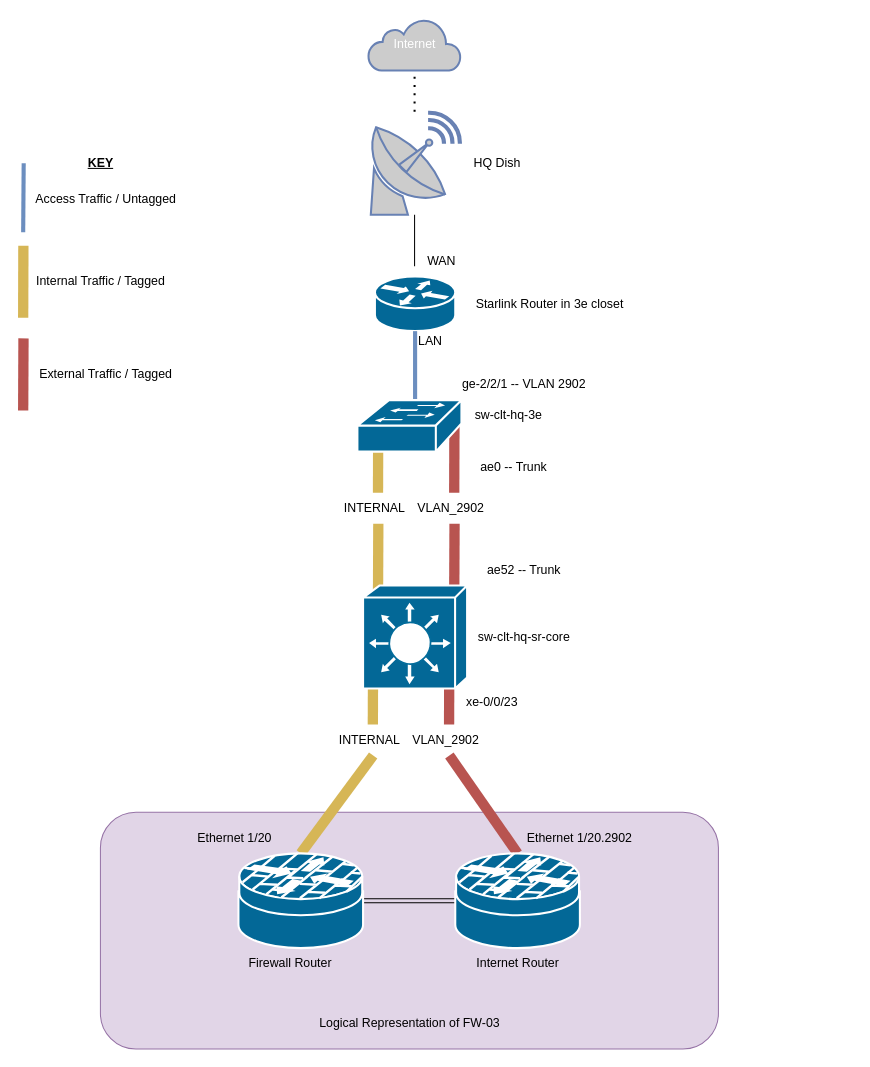
Before: L2/L3 Starlink Diagram.drawio in adamrt918/Diagram, a draw.io diagram. Source tidied: cells renumbered, new cells numbered last; positions are measured from the earlier drawing's top-left corner, leaving out a move shared by most shapes. Both pictures are drawn from the tidied source at 103%, with x=0, y=0 at pixel (23, 19).
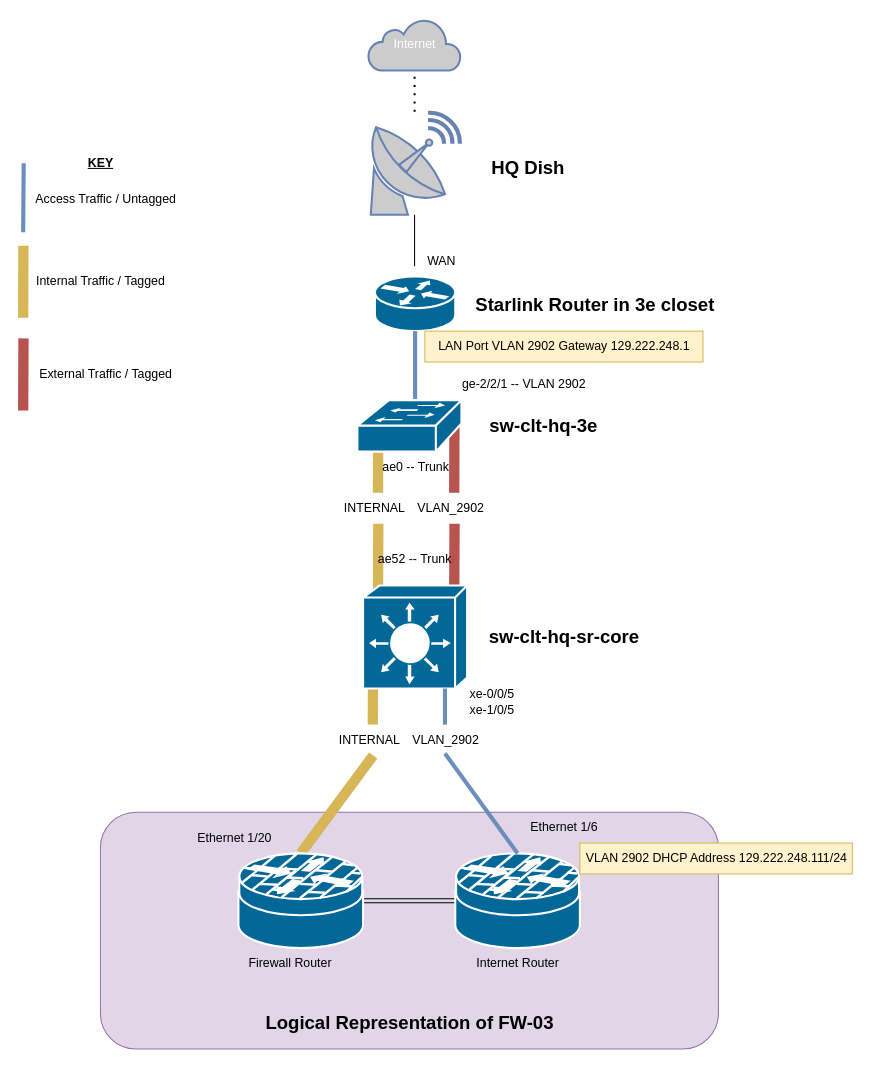
The same page after the edit.

The change refers to these unchanged cells:
```xml
<mxCell id="8" value="VLAN_2902" style="text;html=1;align=center;verticalAlign=middle;points=[];strokeColor=none;fillColor=none;" parent="1" vertex="1">
  <mxGeometry x="364.5" y="685" width="90" height="30" as="geometry" />
</mxCell>
<mxCell id="44" style="shape=mxgraph.cisco.security.router_firewall;sketch=0;html=1;dashed=0;fillColor=#036897;strokeColor=#ffffff;strokeWidth=2;verticalLabelPosition=bottom;verticalAlign=top;align=center;outlineConnect=0;" parent="1" vertex="1">
  <mxGeometry x="419.5" y="810" width="121" height="92" as="geometry" />
</mxCell>
```

The edit, as a diff of the source:
```diff
@@
-    <mxCell id="6" style="endArrow=none;html=1;rounded=0;textShadow=0;strokeWidth=10;fillColor=#f8cecc;strokeColor=#b85450;entryDx=0;entryDy=0;entryPerimeter=0;exitX=0.5;exitY=0;exitDx=0;exitDy=0;exitPerimeter=0;" parent="1" edge="1" source="44">
-      <mxGeometry relative="1" as="geometry">
-        <mxPoint x="413.8" y="715" as="targetPoint" />
-      </mxGeometry>
-    </mxCell>
-    <mxCell id="7" style="endArrow=none;html=1;rounded=0;textShadow=0;strokeWidth=10;fillColor=#f8cecc;strokeColor=#b85450;" parent="1" edge="1">
-      <mxGeometry relative="1" as="geometry">
-        <mxPoint x="413.5" y="685" as="sourcePoint" />
-        <mxPoint x="413.7" y="615" as="targetPoint" />
-      </mxGeometry>
-    </mxCell>
@@
-    <mxCell id="15" value="HQ Dish" style="text;html=1;align=center;verticalAlign=middle;strokeColor=none;fillColor=none;" parent="1" vertex="1">
-      <mxGeometry x="425" y="125" width="70" height="30" as="geometry" />
+    <mxCell id="15" value="HQ Dish" style="text;html=1;align=center;verticalAlign=middle;strokeColor=none;fillColor=none;fontStyle=1;fontSize=18;" parent="1" vertex="1">
+      <mxGeometry x="445" y="125" width="90" height="40" as="geometry" />
     </mxCell>
@@
-    <mxCell id="19" value="Starlink Router in 3e closet" style="text;html=1;align=center;verticalAlign=middle;strokeColor=none;fillColor=none;" parent="1" vertex="1">
-      <mxGeometry x="425.5" y="261.5" width="170" height="30" as="geometry" />
+    <mxCell id="19" value="Starlink Router in 3e closet" style="text;html=1;align=center;verticalAlign=middle;strokeColor=none;fillColor=none;fontSize=18;fontStyle=1;" parent="1" vertex="1">
+      <mxGeometry x="435" y="258" width="240" height="40" as="geometry" />
     </mxCell>
@@
-    <mxCell id="21" value="sw-clt-hq-3e" style="text;html=1;align=center;verticalAlign=middle;strokeColor=none;fillColor=none;" parent="1" vertex="1">
-      <mxGeometry x="425.5" y="370" width="90" height="30" as="geometry" />
+    <mxCell id="21" value="sw-clt-hq-3e" style="text;html=1;align=center;verticalAlign=middle;strokeColor=none;fillColor=none;fontFamily=Helvetica;fontSize=18;fontColor=default;fontStyle=1;" parent="1" vertex="1">
+      <mxGeometry x="445" y="375" width="120" height="40" as="geometry" />
     </mxCell>
-    <mxCell id="22" value="LAN" style="text;html=1;align=center;verticalAlign=middle;strokeColor=none;fillColor=none;" parent="1" vertex="1">
-      <mxGeometry x="369.5" y="298" width="50" height="30" as="geometry" />
+    <mxCell id="22" value="LAN Port VLAN 2902 Gateway&amp;nbsp;129.222.248.1" style="text;html=1;align=center;verticalAlign=middle;strokeColor=#d6b656;fillColor=#fff2cc;" parent="1" vertex="1">
+      <mxGeometry x="390" y="303" width="270" height="30" as="geometry" />
     </mxCell>
@@
     <mxCell id="28" value="ae0 -- Trunk" style="text;html=1;align=center;verticalAlign=middle;strokeColor=none;fillColor=none;" parent="1" vertex="1">
-      <mxGeometry x="430.5" y="420" width="90" height="30" as="geometry" />
+      <mxGeometry x="335.5" y="420" width="90" height="30" as="geometry" />
     </mxCell>
-    <mxCell id="29" value="sw-clt-hq-sr-core" style="text;html=1;align=center;verticalAlign=middle;strokeColor=none;fillColor=none;" parent="1" vertex="1">
-      <mxGeometry x="430.5" y="585" width="110" height="30" as="geometry" />
+    <mxCell id="29" value="&lt;font style=&quot;font-size: 18px;&quot;&gt;sw-clt-hq-sr-core&lt;/font&gt;" style="text;html=1;align=center;verticalAlign=middle;strokeColor=none;fillColor=none;fontStyle=1;" parent="1" vertex="1">
+      <mxGeometry x="445" y="580" width="160" height="40" as="geometry" />
     </mxCell>
     <mxCell id="30" value="ae52 -- Trunk" style="text;html=1;align=center;verticalAlign=middle;strokeColor=none;fillColor=none;" parent="1" vertex="1">
-      <mxGeometry x="440.5" y="520" width="90" height="30" as="geometry" />
+      <mxGeometry x="335" y="510" width="90" height="30" as="geometry" />
     </mxCell>
@@
-    <mxCell id="34" value="xe-0/0/23" style="text;html=1;align=center;verticalAlign=middle;strokeColor=none;fillColor=none;" parent="1" vertex="1">
-      <mxGeometry x="420" y="648" width="70" height="30" as="geometry" />
+    <mxCell id="34" value="xe-0/0/5&lt;div&gt;xe-1/0/5&lt;/div&gt;" style="text;html=1;align=center;verticalAlign=middle;strokeColor=none;fillColor=none;" parent="1" vertex="1">
+      <mxGeometry x="420" y="643" width="70" height="40" as="geometry" />
     </mxCell>
-    <mxCell id="35" value="Ethernet 1/20.2902" style="text;html=1;align=center;verticalAlign=middle;strokeColor=none;fillColor=none;" parent="1" vertex="1">
-      <mxGeometry x="475" y="780" width="130" height="30" as="geometry" />
+    <mxCell id="35" value="Ethernet 1/6" style="text;html=1;align=center;verticalAlign=middle;strokeColor=none;fillColor=none;" parent="1" vertex="1">
+      <mxGeometry x="480" y="770" width="90" height="30" as="geometry" />
     </mxCell>
@@
-    <mxCell id="43" value="Logical Representation of FW-03" style="text;html=1;align=center;verticalAlign=middle;strokeColor=none;fillColor=none;" parent="1" vertex="1">
-      <mxGeometry x="275" y="960" width="200" height="30" as="geometry" />
+    <mxCell id="43" value="Logical Representation of FW-03" style="text;html=1;align=center;verticalAlign=middle;strokeColor=none;fillColor=none;fontSize=18;fontStyle=1;" parent="1" vertex="1">
+      <mxGeometry x="230" y="955" width="290" height="40" as="geometry" />
     </mxCell>
@@
+    <mxCell id="48" value="&lt;span style=&quot;text-wrap-mode: nowrap;&quot;&gt;VLAN 2902 DHCP Address 129.222.248.111/24&lt;/span&gt;" style="text;html=1;align=center;verticalAlign=middle;whiteSpace=wrap;rounded=0;fillColor=#fff2cc;strokeColor=#d6b656;" parent="1" vertex="1">
+      <mxGeometry x="540.5" y="800" width="264.5" height="30" as="geometry" />
+    </mxCell>
+    <mxCell id="49" style="endArrow=none;html=1;rounded=0;entryX=0.5;entryY=1;entryDx=0;entryDy=0;entryPerimeter=0;strokeWidth=4;strokeColor=#6c8ebf;fillColor=#dae8fc;" parent="1" edge="1" source="8">
+      <mxGeometry relative="1" as="geometry">
+        <mxPoint x="409.5" y="650" as="targetPoint" />
+      </mxGeometry>
+    </mxCell>
+    <mxCell id="50" style="endArrow=none;html=1;rounded=0;entryX=0.5;entryY=1;entryDx=0;entryDy=0;entryPerimeter=0;exitX=0.5;exitY=0;exitDx=0;exitDy=0;exitPerimeter=0;strokeWidth=4;strokeColor=#6c8ebf;fillColor=#dae8fc;" parent="1" edge="1" source="44">
+      <mxGeometry relative="1" as="geometry">
+        <mxPoint x="409.5" y="713" as="targetPoint" />
+      </mxGeometry>
+    </mxCell>
```
